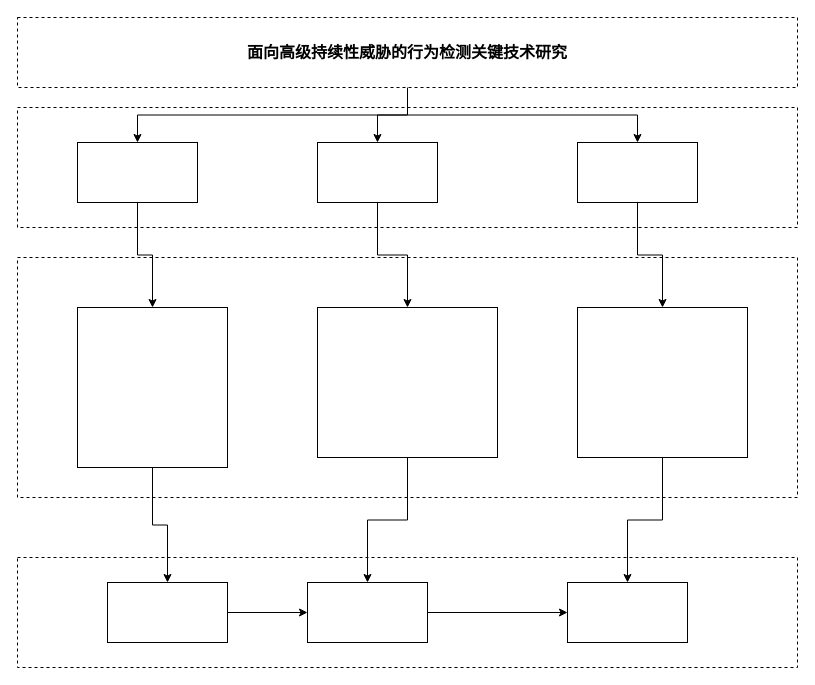
shanhuaV/shanhuaV.github.io keeps this draw.io diagram as apt检测溯源.drawio. Above is the earlier version. Source tidied: cells renumbered, new cells numbered last; positions are measured from the earlier drawing's top-left corner, leaving out a move shared by most shapes. Both pictures are drawn from the tidied source at 100%, with x=0, y=0 at pixel (17, 17).
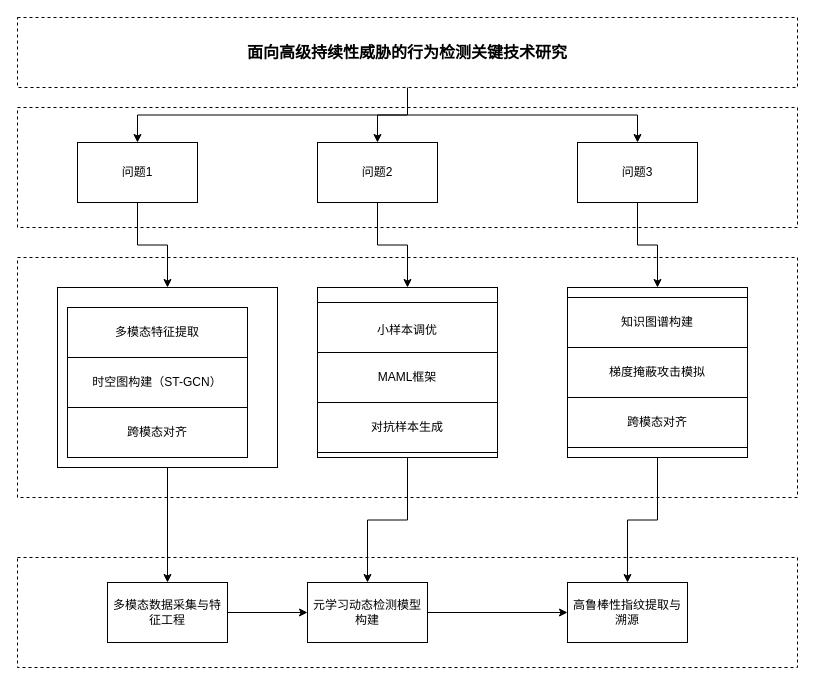
Above is the later version.

Change to the diagram source:
```diff
@@
-    <mxCell id="10" style="rounded=0;whiteSpace=wrap;html=1;" parent="1" vertex="1">
+    <mxCell id="10" value="多模态数据采集与特征工程" style="rounded=0;whiteSpace=wrap;html=1;" parent="1" vertex="1">
       <mxGeometry x="90" y="565" width="120" height="60" as="geometry" />
     </mxCell>
@@
     <mxCell id="12" style="rounded=0;whiteSpace=wrap;html=1;" parent="1" vertex="1">
-      <mxGeometry x="60" y="290" width="150" height="160" as="geometry" />
+      <mxGeometry x="40" y="270" width="220" height="180" as="geometry" />
     </mxCell>
@@
     <mxCell id="14" style="rounded=0;whiteSpace=wrap;html=1;" parent="1" vertex="1">
-      <mxGeometry x="300" y="290" width="180" height="150" as="geometry" />
+      <mxGeometry x="300" y="270" width="180" height="170" as="geometry" />
     </mxCell>
@@
     <mxCell id="16" style="rounded=0;whiteSpace=wrap;html=1;" parent="1" vertex="1">
-      <mxGeometry x="560" y="290" width="170" height="150" as="geometry" />
+      <mxGeometry x="550" y="270" width="180" height="170" as="geometry" />
     </mxCell>
@@
-    <mxCell id="18" style="rounded=0;whiteSpace=wrap;html=1;" parent="1" vertex="1">
+    <mxCell id="18" value="元学习动态检测模型构建" style="rounded=0;whiteSpace=wrap;html=1;" parent="1" vertex="1">
       <mxGeometry x="290" y="565" width="120" height="60" as="geometry" />
     </mxCell>
-    <mxCell id="19" style="rounded=0;whiteSpace=wrap;html=1;" parent="1" vertex="1">
+    <mxCell id="19" value="高鲁棒性指纹提取与溯源" style="rounded=0;whiteSpace=wrap;html=1;" parent="1" vertex="1">
       <mxGeometry x="550" y="565" width="120" height="60" as="geometry" />
     </mxCell>
@@
-    <mxCell id="21" style="rounded=0;whiteSpace=wrap;html=1;" parent="1" vertex="1">
+    <mxCell id="21" value="问题1" style="rounded=0;whiteSpace=wrap;html=1;" parent="1" vertex="1">
       <mxGeometry x="60" y="125" width="120" height="60" as="geometry" />
     </mxCell>
@@
-    <mxCell id="23" style="rounded=0;whiteSpace=wrap;html=1;" parent="1" vertex="1">
+    <mxCell id="23" value="问题2" style="rounded=0;whiteSpace=wrap;html=1;" parent="1" vertex="1">
       <mxGeometry x="300" y="125" width="120" height="60" as="geometry" />
     </mxCell>
@@
-    <mxCell id="25" style="rounded=0;whiteSpace=wrap;html=1;" parent="1" vertex="1">
+    <mxCell id="25" value="问题3" style="rounded=0;whiteSpace=wrap;html=1;" parent="1" vertex="1">
       <mxGeometry x="560" y="125" width="120" height="60" as="geometry" />
     </mxCell>
+    <mxCell id="26" value="多模态特征提取" style="rounded=0;whiteSpace=wrap;html=1;" parent="1" vertex="1">
+      <mxGeometry x="50" y="290" width="180" height="50" as="geometry" />
+    </mxCell>
+    <mxCell id="27" value="时空图构建（ST-GCN）" style="rounded=0;whiteSpace=wrap;html=1;" parent="1" vertex="1">
+      <mxGeometry x="50" y="340" width="180" height="50" as="geometry" />
+    </mxCell>
+    <mxCell id="28" value="跨模态对齐" style="rounded=0;whiteSpace=wrap;html=1;" parent="1" vertex="1">
+      <mxGeometry x="50" y="390" width="180" height="50" as="geometry" />
+    </mxCell>
+    <mxCell id="29" value="小样本调优" style="rounded=0;whiteSpace=wrap;html=1;" parent="1" vertex="1">
+      <mxGeometry x="300" y="285" width="180" height="55" as="geometry" />
+    </mxCell>
+    <mxCell id="30" value="MAML框架" style="rounded=0;whiteSpace=wrap;html=1;" parent="1" vertex="1">
+      <mxGeometry x="300" y="335" width="180" height="50" as="geometry" />
+    </mxCell>
+    <mxCell id="31" value="对抗样本生成" style="rounded=0;whiteSpace=wrap;html=1;" parent="1" vertex="1">
+      <mxGeometry x="300" y="385" width="180" height="50" as="geometry" />
+    </mxCell>
+    <mxCell id="32" value="知识图谱构建" style="rounded=0;whiteSpace=wrap;html=1;" parent="1" vertex="1">
+      <mxGeometry x="550" y="280" width="180" height="50" as="geometry" />
+    </mxCell>
+    <mxCell id="33" value="梯度掩蔽攻击模拟" style="rounded=0;whiteSpace=wrap;html=1;" parent="1" vertex="1">
+      <mxGeometry x="550" y="330" width="180" height="50" as="geometry" />
+    </mxCell>
+    <mxCell id="34" value="跨模态对齐" style="rounded=0;whiteSpace=wrap;html=1;" parent="1" vertex="1">
+      <mxGeometry x="550" y="380" width="180" height="50" as="geometry" />
+    </mxCell>
```
